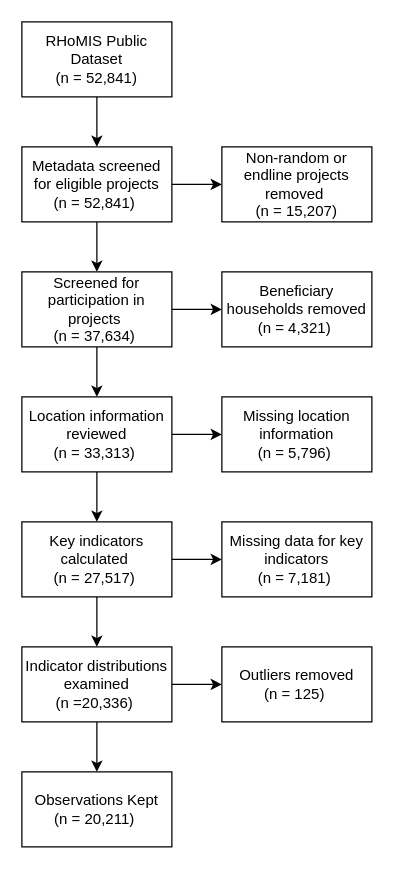
Above: diagrams/data-selection-process.drawio in l-gorman/chapter-6-analysis (draw.io), before the change. Source tidied: cells renumbered, new cells numbered last; positions are measured from the earlier drawing's top-left corner, leaving out a move shared by most shapes. Both pictures are drawn from the tidied source at 125%, with x=0, y=0 at pixel (21, 21).
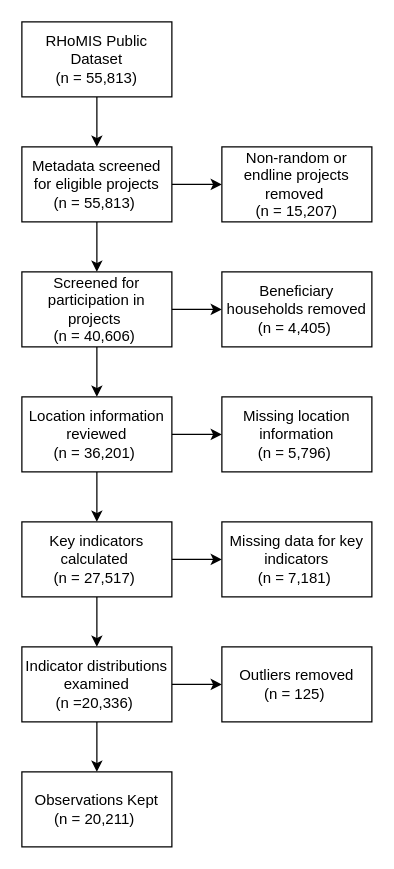
Above is the later version.

Commit message (it also covers changes not shown here):
updates location only models

What changed in the source:
```diff
@@
-    <mxCell id="3" value="RHoMIS Public Dataset&lt;br&gt;(n = 52,841)" style="rounded=0;whiteSpace=wrap;html=1;" parent="1" vertex="1">
+    <mxCell id="3" value="RHoMIS Public Dataset&lt;br&gt;(n = 55,813)" style="rounded=0;whiteSpace=wrap;html=1;" parent="1" vertex="1">
       <mxGeometry width="120" height="60" as="geometry" />
     </mxCell>
@@
-    <mxCell id="6" value="Metadata screened for eligible projects&lt;br&gt;(n = 52,841)&amp;nbsp;" style="rounded=0;whiteSpace=wrap;html=1;" parent="1" vertex="1">
+    <mxCell id="6" value="Metadata screened for eligible projects&lt;br&gt;(n = 55,813)&amp;nbsp;" style="rounded=0;whiteSpace=wrap;html=1;" parent="1" vertex="1">
       <mxGeometry y="100" width="120" height="60" as="geometry" />
     </mxCell>
@@
-    <mxCell id="10" value="Screened for participation in projects&amp;nbsp;&lt;br&gt;(n = 37,634)&amp;nbsp;" style="rounded=0;whiteSpace=wrap;html=1;" parent="1" vertex="1">
+    <mxCell id="10" value="Screened for participation in projects&amp;nbsp;&lt;br&gt;(n = 40,606)&amp;nbsp;" style="rounded=0;whiteSpace=wrap;html=1;" parent="1" vertex="1">
       <mxGeometry y="200" width="120" height="60" as="geometry" />
     </mxCell>
@@
-    <mxCell id="13" value="Location information reviewed&lt;br&gt;(n = 33,313)&amp;nbsp;" style="rounded=0;whiteSpace=wrap;html=1;" parent="1" vertex="1">
+    <mxCell id="13" value="Location information reviewed&lt;br&gt;(n = 36,201)&amp;nbsp;" style="rounded=0;whiteSpace=wrap;html=1;" parent="1" vertex="1">
       <mxGeometry y="300" width="120" height="60" as="geometry" />
     </mxCell>
@@
-    <mxCell id="20" value="Beneficiary households removed&lt;br&gt;(n = 4,321)&amp;nbsp;" style="rounded=0;whiteSpace=wrap;html=1;" parent="1" vertex="1">
+    <mxCell id="20" value="Beneficiary households removed&lt;br&gt;(n = 4,405)&amp;nbsp;" style="rounded=0;whiteSpace=wrap;html=1;" parent="1" vertex="1">
       <mxGeometry x="160" y="200" width="120" height="60" as="geometry" />
     </mxCell>
```
